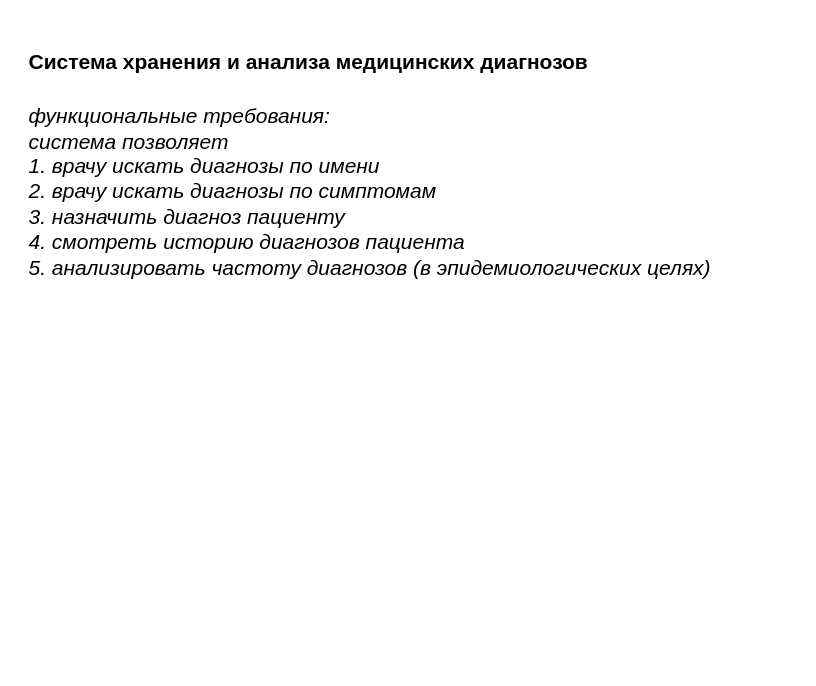
Above: Диаграмма без названия.drawio in sokol-t/drawio (draw.io), before the change. Source tidied: cells renumbered, new cells numbered last; positions are measured from the earlier drawing's top-left corner, leaving out a move shared by most shapes. Both pictures are drawn from the tidied source at 150%, with x=0, y=0 at pixel (26, 26).
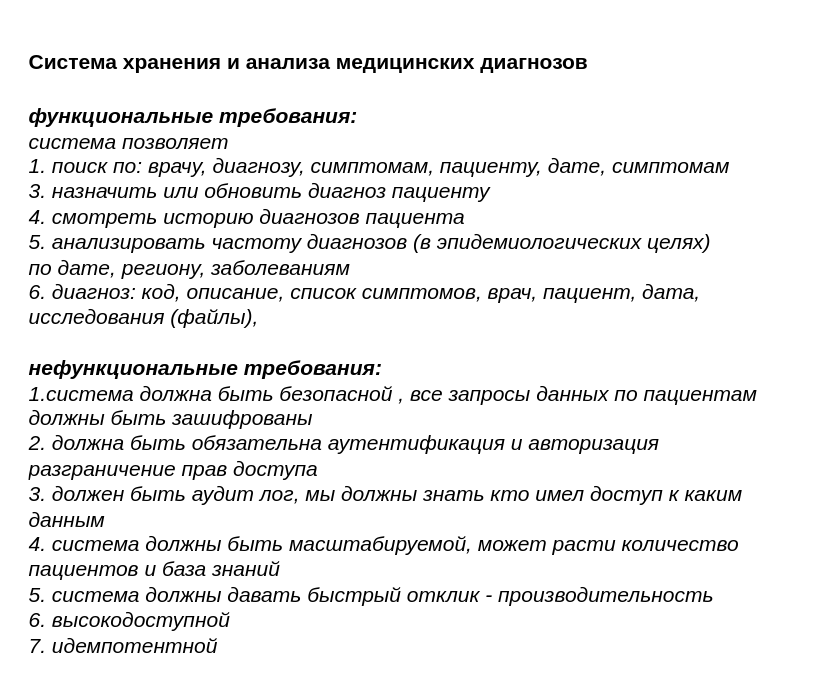
The same diagram, later.

What changed in the source:
```diff
@@
 <mxGraphModel>
   <root>
     <mxCell id="0" />
     <mxCell id="1" parent="0" />
-    <mxCell id="2" value="&lt;h1 style=&quot;margin-top: 0px;&quot;&gt;&lt;span style=&quot;background-color: transparent; color: light-dark(rgb(0, 0, 0), rgb(255, 255, 255));&quot;&gt;&lt;font style=&quot;font-size: 14px;&quot;&gt;Система хранения и анализа медицинских диагнозов&amp;nbsp;&lt;/font&gt;&lt;/span&gt;&lt;/h1&gt;&lt;div&gt;&lt;span style=&quot;font-size: 14px;&quot;&gt;&lt;i&gt;функциональные требования:&lt;br&gt;система позволяет&lt;/i&gt;&lt;/span&gt;&lt;/div&gt;&lt;div&gt;&lt;i style=&quot;font-size: 14px; background-color: transparent; color: light-dark(rgb(0, 0, 0), rgb(255, 255, 255));&quot;&gt;1. врачу искать диагнозы по имени&lt;/i&gt;&lt;/div&gt;&lt;div&gt;&lt;span style=&quot;font-size: 14px;&quot;&gt;&lt;i&gt;2. врачу искать диагнозы по симптомам&lt;/i&gt;&lt;/span&gt;&lt;/div&gt;&lt;div&gt;&lt;span style=&quot;font-size: 14px;&quot;&gt;&lt;i&gt;3. назначить диагноз пациенту&amp;nbsp;&lt;/i&gt;&lt;/span&gt;&lt;/div&gt;&lt;div&gt;&lt;span style=&quot;font-size: 14px;&quot;&gt;&lt;i&gt;4. смотреть историю диагнозов пациента&lt;/i&gt;&lt;/span&gt;&lt;/div&gt;&lt;div&gt;&lt;span style=&quot;font-size: 14px;&quot;&gt;&lt;i&gt;5. анализировать частоту диагнозов (в эпидемиологических целях)&lt;/i&gt;&lt;/span&gt;&lt;/div&gt;" style="text;html=1;whiteSpace=wrap;overflow=hidden;rounded=0;" parent="1" vertex="1">
-      <mxGeometry width="510" height="260" as="geometry" />
+    <mxCell id="2" value="&lt;h1 style=&quot;margin-top: 0px;&quot;&gt;&lt;span style=&quot;background-color: transparent; color: light-dark(rgb(0, 0, 0), rgb(255, 255, 255));&quot;&gt;&lt;font style=&quot;font-size: 14px;&quot;&gt;Система хранения и анализа медицинских диагнозов&amp;nbsp;&lt;/font&gt;&lt;/span&gt;&lt;/h1&gt;&lt;div&gt;&lt;span style=&quot;font-size: 14px;&quot;&gt;&lt;i&gt;&lt;b&gt;функциональные требования:&lt;/b&gt;&lt;br&gt;система позволяет&lt;/i&gt;&lt;/span&gt;&lt;/div&gt;&lt;div&gt;&lt;i style=&quot;font-size: 14px; background-color: transparent; color: light-dark(rgb(0, 0, 0), rgb(255, 255, 255));&quot;&gt;1. поиск по: врачу, диагнозу, &lt;/i&gt;&lt;i style=&quot;font-size: 14px; background-color: transparent; color: light-dark(rgb(0, 0, 0), rgb(255, 255, 255));&quot;&gt;симптомам, пациенту, дате, симптомам&lt;/i&gt;&lt;/div&gt;&lt;div&gt;&lt;span style=&quot;font-size: 14px;&quot;&gt;&lt;i&gt;3. назначить или обновить диагноз пациенту&lt;/i&gt;&lt;/span&gt;&lt;/div&gt;&lt;div&gt;&lt;span style=&quot;font-size: 14px;&quot;&gt;&lt;i&gt;4. смотреть историю диагнозов пациента&lt;/i&gt;&lt;/span&gt;&lt;/div&gt;&lt;div&gt;&lt;span style=&quot;font-size: 14px;&quot;&gt;&lt;i&gt;5. анализировать частоту диагнозов (в эпидемиологических целях)&lt;/i&gt;&lt;/span&gt;&lt;/div&gt;&lt;div&gt;&lt;span style=&quot;font-size: 14px;&quot;&gt;&lt;i&gt;по дате, региону, заболеваниям&lt;/i&gt;&lt;/span&gt;&lt;/div&gt;&lt;div&gt;&lt;span style=&quot;font-size: 14px;&quot;&gt;&lt;i&gt;6. диагноз: код, описание, список симптомов, врач, пациент, дата, исследования (файлы),&amp;nbsp;&lt;/i&gt;&lt;/span&gt;&lt;/div&gt;&lt;div&gt;&lt;span style=&quot;font-size: 14px;&quot;&gt;&lt;b&gt;&lt;br&gt;&lt;/b&gt;&lt;/span&gt;&lt;/div&gt;&lt;div&gt;&lt;span style=&quot;font-size: 14px;&quot;&gt;&lt;b&gt;&lt;i&gt;нефункциональные требования:&lt;/i&gt;&lt;/b&gt;&lt;/span&gt;&lt;/div&gt;&lt;div&gt;&lt;span style=&quot;font-size: 14px;&quot;&gt;&lt;i style=&quot;&quot;&gt;1.система должна быть безопасной , все запросы данных по пациентам должны быть зашифрованы&lt;/i&gt;&lt;/span&gt;&lt;/div&gt;&lt;div&gt;&lt;span style=&quot;font-size: 14px;&quot;&gt;&lt;i style=&quot;&quot;&gt;2. должна быть обязательна аутентификация и авторизация&amp;nbsp;&lt;/i&gt;&lt;/span&gt;&lt;/div&gt;&lt;div&gt;&lt;span style=&quot;font-size: 14px;&quot;&gt;&lt;i style=&quot;&quot;&gt;разграничение прав доступа&lt;/i&gt;&lt;/span&gt;&lt;/div&gt;&lt;div&gt;&lt;span style=&quot;font-size: 14px;&quot;&gt;&lt;i style=&quot;&quot;&gt;3. должен быть аудит лог, мы должны знать кто имел доступ к каким данным&lt;/i&gt;&lt;/span&gt;&lt;/div&gt;&lt;div&gt;&lt;span style=&quot;font-size: 14px;&quot;&gt;&lt;i style=&quot;&quot;&gt;4. система должны быть масштабируемой, может расти количество пациентов и база знаний&lt;br&gt;5. система должны давать быстрый отклик - производительность&lt;/i&gt;&lt;/span&gt;&lt;/div&gt;&lt;div&gt;&lt;span style=&quot;font-size: 14px;&quot;&gt;&lt;i style=&quot;&quot;&gt;6. высокодоступной&amp;nbsp;&lt;/i&gt;&lt;/span&gt;&lt;/div&gt;&lt;div&gt;&lt;span style=&quot;font-size: 14px;&quot;&gt;&lt;i style=&quot;&quot;&gt;7. идемпотентной&lt;/i&gt;&lt;/span&gt;&lt;/div&gt;" style="text;html=1;whiteSpace=wrap;overflow=hidden;rounded=0;" parent="1" vertex="1">
+      <mxGeometry width="510" height="420" as="geometry" />
     </mxCell>
   </root>
 </mxGraphModel>
```
